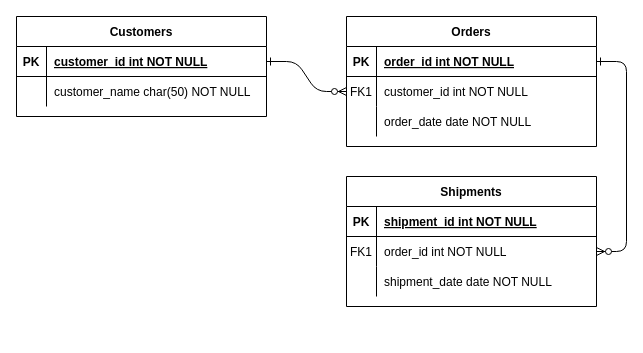
maliikhassan/CODSOFT keeps this draw.io diagram as Untitled Diagram.drawio. Above is the earlier version. Source tidied: cells renumbered, new cells numbered last; positions are measured from the earlier drawing's top-left corner, leaving out a move shared by most shapes. Both pictures are drawn from the tidied source at 100%, with x=0, y=0 at pixel (16, 16).
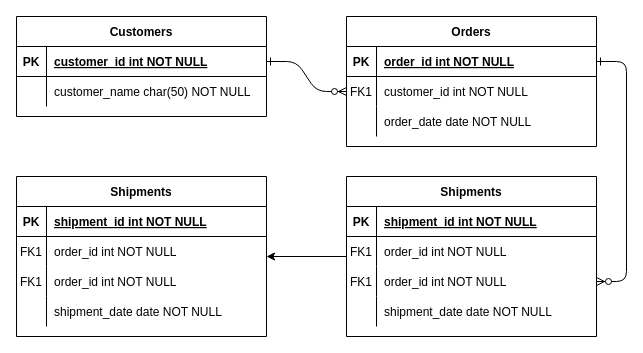
Above is the later version.

What changed in the source:
```diff
@@
+    <mxCell id="31" style="edgeStyle=orthogonalEdgeStyle;rounded=0;jettySize=auto;html=1;" parent="1" edge="1" source="14" target="35">
+      <mxGeometry relative="1" as="geometry" />
+    </mxCell>
     <mxCell id="14" value="Shipments" style="shape=table;startSize=30;childLayout=tableLayout;rowLines=0;fontStyle=1;align=center;" parent="1" vertex="1">
-      <mxGeometry x="330" y="160" width="250" height="130" as="geometry" />
+      <mxGeometry x="330" y="160" width="250" height="160" as="geometry" />
     </mxCell>
@@
+    <mxCell id="32" style="shape=partialRectangle;fillColor=none;top=0;left=0;right=0;bottom=0;" parent="14" vertex="1">
+      <mxGeometry y="60" width="250" height="30" as="geometry" />
+    </mxCell>
+    <mxCell id="33" value="FK1" style="shape=partialRectangle;overflow=hidden;fillColor=none;top=0;left=0;bottom=0;right=0;" parent="32" vertex="1">
+      <mxGeometry width="30" height="30" as="geometry" />
+    </mxCell>
+    <mxCell id="34" value="order_id int NOT NULL" style="shape=partialRectangle;overflow=hidden;fillColor=none;top=0;left=0;bottom=0;right=0;align=left;spacingLeft=6;" parent="32" vertex="1">
+      <mxGeometry x="30" width="220" height="30" as="geometry" />
+    </mxCell>
     <mxCell id="18" style="shape=partialRectangle;fillColor=none;points=[[0,0.5],[1,0.5]];portConstraint=eastwest;top=0;left=0;right=0;bottom=0;" parent="14" vertex="1">
-      <mxGeometry y="60" width="250" height="30" as="geometry" />
+      <mxGeometry y="90" width="250" height="30" as="geometry" />
     </mxCell>
@@
     <mxCell id="21" style="shape=partialRectangle;fillColor=none;top=0;left=0;right=0;bottom=0;" parent="14" vertex="1">
-      <mxGeometry y="90" width="250" height="30" as="geometry" />
+      <mxGeometry y="120" width="250" height="30" as="geometry" />
     </mxCell>
@@
+    <mxCell id="35" value="Shipments" style="shape=table;startSize=30;childLayout=tableLayout;rowLines=0;fontStyle=1;align=center;" parent="1" vertex="1">
+      <mxGeometry y="160" width="250" height="160" as="geometry" />
+    </mxCell>
+    <mxCell id="36" style="shape=partialRectangle;fillColor=none;top=0;left=0;right=0;bottom=1;" parent="35" vertex="1">
+      <mxGeometry y="30" width="250" height="30" as="geometry" />
+    </mxCell>
+    <mxCell id="37" value="PK" style="shape=partialRectangle;overflow=hidden;fillColor=none;top=0;left=0;bottom=0;right=0;fontStyle=1;" parent="36" vertex="1">
+      <mxGeometry width="30" height="30" as="geometry" />
+    </mxCell>
+    <mxCell id="38" value="shipment_id int NOT NULL " style="shape=partialRectangle;overflow=hidden;fillColor=none;top=0;left=0;bottom=0;right=0;align=left;spacingLeft=6;fontStyle=5;" parent="36" vertex="1">
+      <mxGeometry x="30" width="220" height="30" as="geometry" />
+    </mxCell>
+    <mxCell id="39" style="shape=partialRectangle;fillColor=none;top=0;left=0;right=0;bottom=0;" parent="35" vertex="1">
+      <mxGeometry y="60" width="250" height="30" as="geometry" />
+    </mxCell>
+    <mxCell id="40" value="FK1" style="shape=partialRectangle;overflow=hidden;fillColor=none;top=0;left=0;bottom=0;right=0;" parent="39" vertex="1">
+      <mxGeometry width="30" height="30" as="geometry" />
+    </mxCell>
+    <mxCell id="41" value="order_id int NOT NULL" style="shape=partialRectangle;overflow=hidden;fillColor=none;top=0;left=0;bottom=0;right=0;align=left;spacingLeft=6;" parent="39" vertex="1">
+      <mxGeometry x="30" width="220" height="30" as="geometry" />
+    </mxCell>
+    <mxCell id="42" style="shape=partialRectangle;fillColor=none;top=0;left=0;right=0;bottom=0;" parent="35" vertex="1">
+      <mxGeometry y="90" width="250" height="30" as="geometry" />
+    </mxCell>
+    <mxCell id="43" value="FK1" style="shape=partialRectangle;overflow=hidden;fillColor=none;top=0;left=0;bottom=0;right=0;" parent="42" vertex="1">
+      <mxGeometry width="30" height="30" as="geometry" />
+    </mxCell>
+    <mxCell id="44" value="order_id int NOT NULL" style="shape=partialRectangle;overflow=hidden;fillColor=none;top=0;left=0;bottom=0;right=0;align=left;spacingLeft=6;" parent="42" vertex="1">
+      <mxGeometry x="30" width="220" height="30" as="geometry" />
+    </mxCell>
+    <mxCell id="45" style="shape=partialRectangle;fillColor=none;top=0;left=0;right=0;bottom=0;" parent="35" vertex="1">
+      <mxGeometry y="120" width="250" height="30" as="geometry" />
+    </mxCell>
+    <mxCell id="46" style="shape=partialRectangle;overflow=hidden;fillColor=none;top=0;left=0;bottom=0;right=0;" parent="45" vertex="1">
+      <mxGeometry width="30" height="30" as="geometry" />
+    </mxCell>
+    <mxCell id="47" value="shipment_date date NOT NULL" style="shape=partialRectangle;overflow=hidden;fillColor=none;top=0;left=0;bottom=0;right=0;align=left;spacingLeft=6;" parent="45" vertex="1">
+      <mxGeometry x="30" width="220" height="30" as="geometry" />
+    </mxCell>
```
